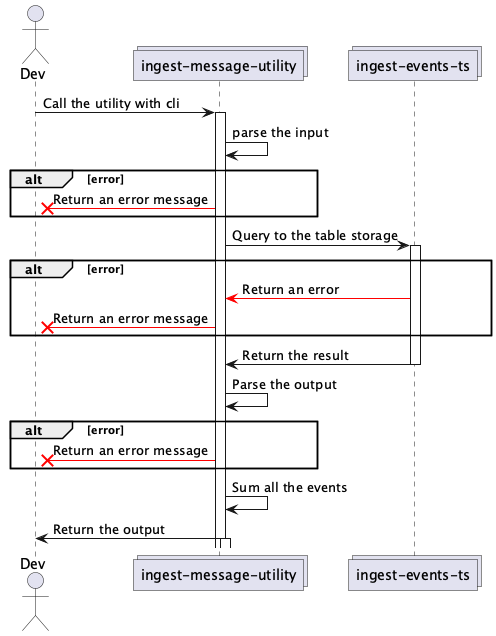
Before: apps/etl-func/docs/ingest-message-utility/metrics-obtainer.png, a diagram exported from PlantUML (pagopa/io-messages).
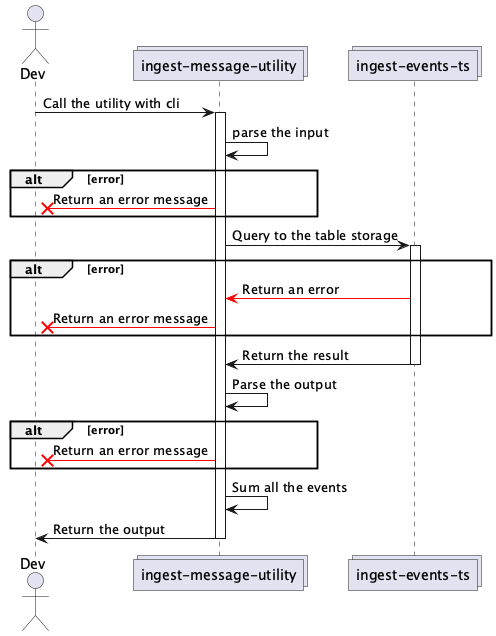
Above is the later version.

Commit message:
docs: fix ingest-message-utility sequence

Diff of the diagram source:
```diff
@@ -33,6 +33,6 @@
 imu -> imu: Sum all the events
 
 imu -> dev : Return the output
-activate imu
+deactivate imu
 
 @enduml
```
